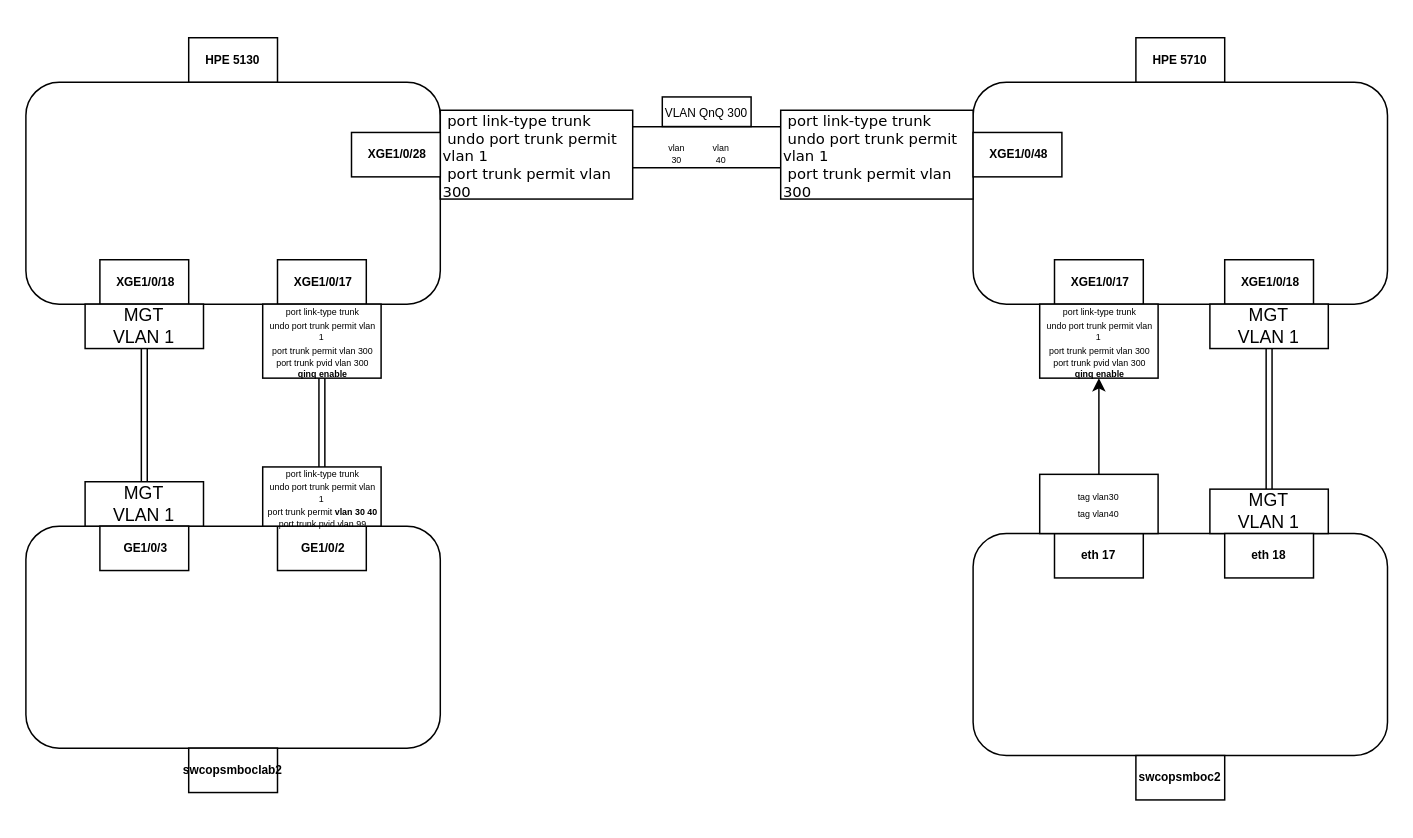
Above: LAB-QnQ.drawio in Vish22/drawio (draw.io), before the change. Source tidied: cells renumbered, new cells numbered last; positions are measured from the earlier drawing's top-left corner, leaving out a move shared by most shapes. Both pictures are drawn from the tidied source at 148%, with x=0, y=0 at pixel (25, 37).
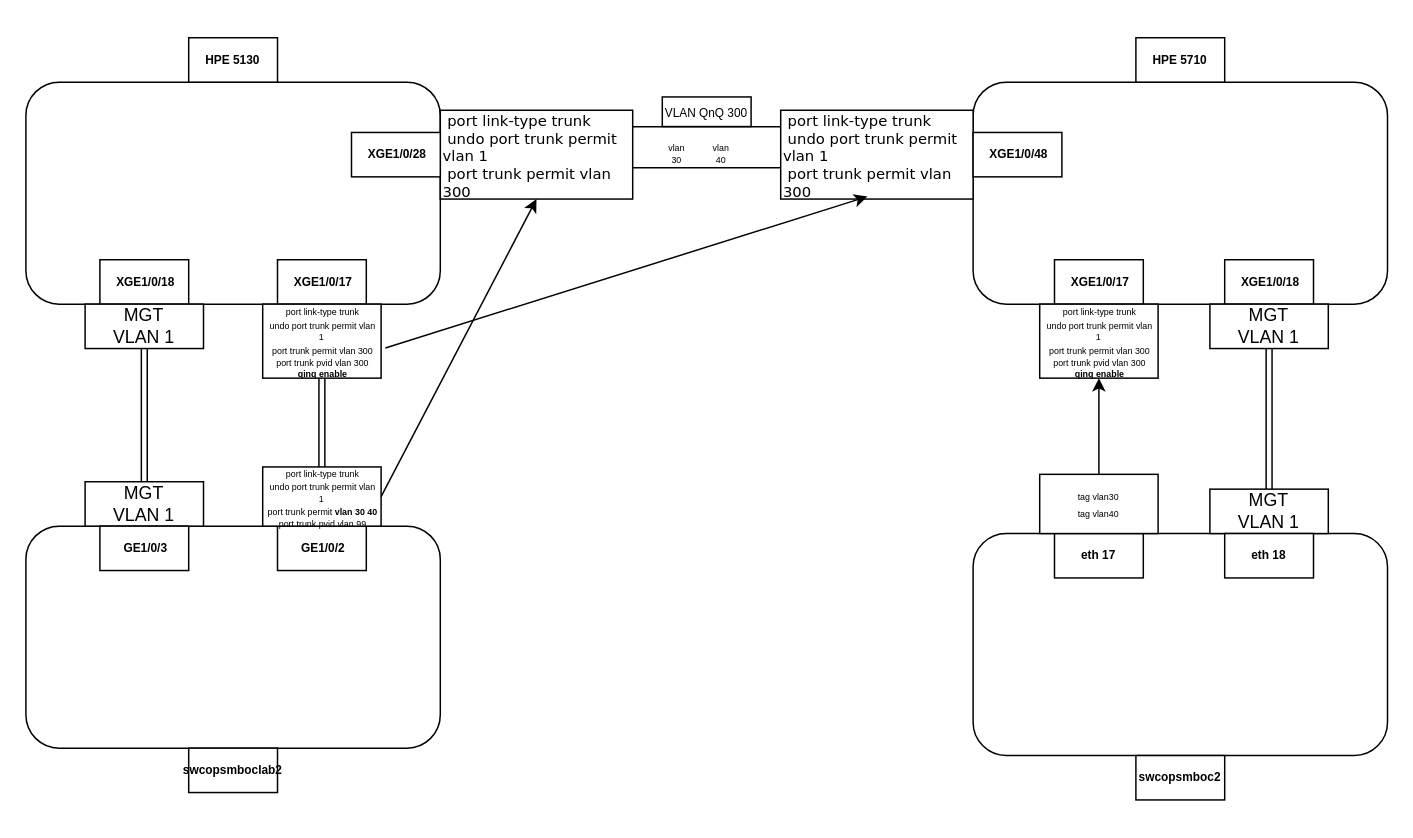
The same diagram, later.

The change refers to these unchanged cells:
```xml
<mxCell id="7" value="&lt;div style=&quot;line-height: 100%;&quot;&gt;&lt;div&gt;&lt;font face=&quot;Verdana&quot; style=&quot;font-size: 10px; line-height: 100%;&quot;&gt;&amp;nbsp;port link-type trunk&lt;/font&gt;&lt;/div&gt;&lt;div&gt;&lt;font face=&quot;Verdana&quot; style=&quot;font-size: 10px; line-height: 100%;&quot;&gt;&amp;nbsp;undo port trunk permit vlan 1&lt;/font&gt;&lt;/div&gt;&lt;div&gt;&lt;font face=&quot;Verdana&quot; style=&quot;font-size: 10px; line-height: 100%;&quot;&gt;&amp;nbsp;port trunk permit vlan 300&lt;/font&gt;&lt;/div&gt;&lt;/div&gt;" style="rounded=0;whiteSpace=wrap;html=1;align=left;" parent="6" vertex="1">
  <mxGeometry x="60" y="5" width="130" height="60" as="geometry" />
</mxCell>
<mxCell id="14" value="&lt;div style=&quot;line-height: 100%;&quot;&gt;&lt;div&gt;&lt;font face=&quot;Verdana&quot; style=&quot;font-size: 10px; line-height: 100%;&quot;&gt;&amp;nbsp;port link-type trunk&lt;/font&gt;&lt;/div&gt;&lt;div&gt;&lt;font face=&quot;Verdana&quot; style=&quot;font-size: 10px; line-height: 100%;&quot;&gt;&amp;nbsp;undo port trunk permit vlan 1&lt;/font&gt;&lt;/div&gt;&lt;div&gt;&lt;font face=&quot;Verdana&quot; style=&quot;font-size: 10px; line-height: 100%;&quot;&gt;&amp;nbsp;port trunk permit vlan 300&lt;/font&gt;&lt;/div&gt;&lt;/div&gt;" style="rounded=0;whiteSpace=wrap;html=1;align=left;" parent="6" vertex="1">
  <mxGeometry x="290" y="5" width="130" height="60" as="geometry" />
</mxCell>
<mxCell id="25" value="&lt;div style=&quot;line-height: 70%;&quot;&gt;&lt;div&gt;&lt;font style=&quot;font-size: 6px; line-height: 70%;&quot;&gt;&amp;nbsp;port link-type trunk&lt;/font&gt;&lt;/div&gt;&lt;div&gt;&lt;font style=&quot;font-size: 6px; line-height: 70%;&quot;&gt;&amp;nbsp;undo port trunk permit vlan 1&lt;/font&gt;&lt;/div&gt;&lt;div&gt;&lt;font style=&quot;font-size: 6px; line-height: 70%;&quot;&gt;&amp;nbsp;port trunk permit vlan 300&lt;/font&gt;&lt;/div&gt;&lt;div&gt;&lt;font style=&quot;font-size: 6px; line-height: 70%;&quot;&gt;&amp;nbsp;port trunk pvid vlan 300&lt;/font&gt;&lt;/div&gt;&lt;div&gt;&lt;font style=&quot;font-size: 6px; line-height: 70%;&quot;&gt;&lt;b&gt;&amp;nbsp;qinq enable&lt;/b&gt;&lt;/font&gt;&lt;/div&gt;&lt;/div&gt;" style="text;html=1;align=center;verticalAlign=middle;whiteSpace=wrap;rounded=0;fillColor=default;strokeColor=default;" parent="23" vertex="1">
  <mxGeometry y="30" width="80" height="50" as="geometry" />
</mxCell>
<mxCell id="36" value="&lt;div style=&quot;line-height: 70%;&quot;&gt;&lt;div&gt;&lt;span style=&quot;font-size: 6px; line-height: 70%;&quot;&gt;&amp;nbsp;port link-type trunk&lt;/span&gt;&lt;/div&gt;&lt;div&gt;&lt;span style=&quot;font-size: 6px; line-height: 70%;&quot;&gt;&amp;nbsp;undo port trunk permit vlan 1&lt;/span&gt;&lt;/div&gt;&lt;div&gt;&lt;span style=&quot;font-size: 6px; line-height: 70%;&quot;&gt;&amp;nbsp;port trunk permit &lt;b&gt;vlan 30 40&lt;/b&gt;&lt;/span&gt;&lt;/div&gt;&lt;div&gt;&lt;span style=&quot;font-size: 6px; line-height: 70%;&quot;&gt;&amp;nbsp;port trunk pvid vlan 99&lt;/span&gt;&lt;/div&gt;&lt;/div&gt;" style="text;html=1;align=center;verticalAlign=middle;whiteSpace=wrap;rounded=0;fillColor=default;strokeColor=default;" parent="1" vertex="1">
  <mxGeometry x="160" y="290" width="80" height="40" as="geometry" />
</mxCell>
```

Change to the diagram source:
```diff
@@
+    <mxCell id="45" style="endArrow=classic;html=1;rounded=0;exitX=1.036;exitY=0.592;exitDx=0;exitDy=0;exitPerimeter=0;entryX=0.451;entryY=0.972;entryDx=0;entryDy=0;entryPerimeter=0;" parent="1" edge="1" source="25" target="14">
+      <mxGeometry relative="1" as="geometry" />
+    </mxCell>
+    <mxCell id="46" style="endArrow=classic;html=1;rounded=0;entryX=0.5;entryY=1;entryDx=0;entryDy=0;exitX=1;exitY=0.5;exitDx=0;exitDy=0;" parent="1" edge="1" source="36" target="7">
+      <mxGeometry relative="1" as="geometry" />
+    </mxCell>
```
